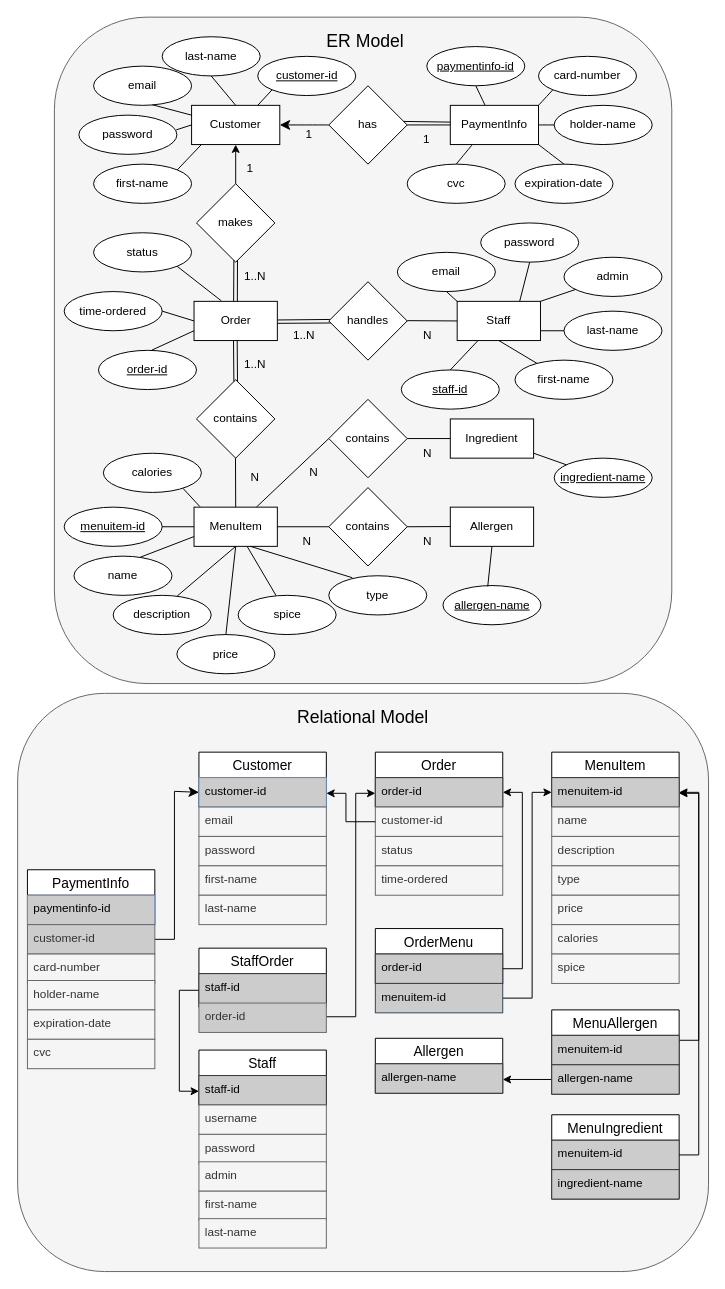
Ideapersie/TeamProjec23 keeps this draw.io diagram as backend/resources/entity_relation.drawio. Above is the earlier version. Source tidied: cells renumbered, new cells numbered last; positions are measured from the earlier drawing's top-left corner, leaving out a move shared by most shapes. Both pictures are drawn from the tidied source at 98%, with x=0, y=0 at pixel (17, 17).
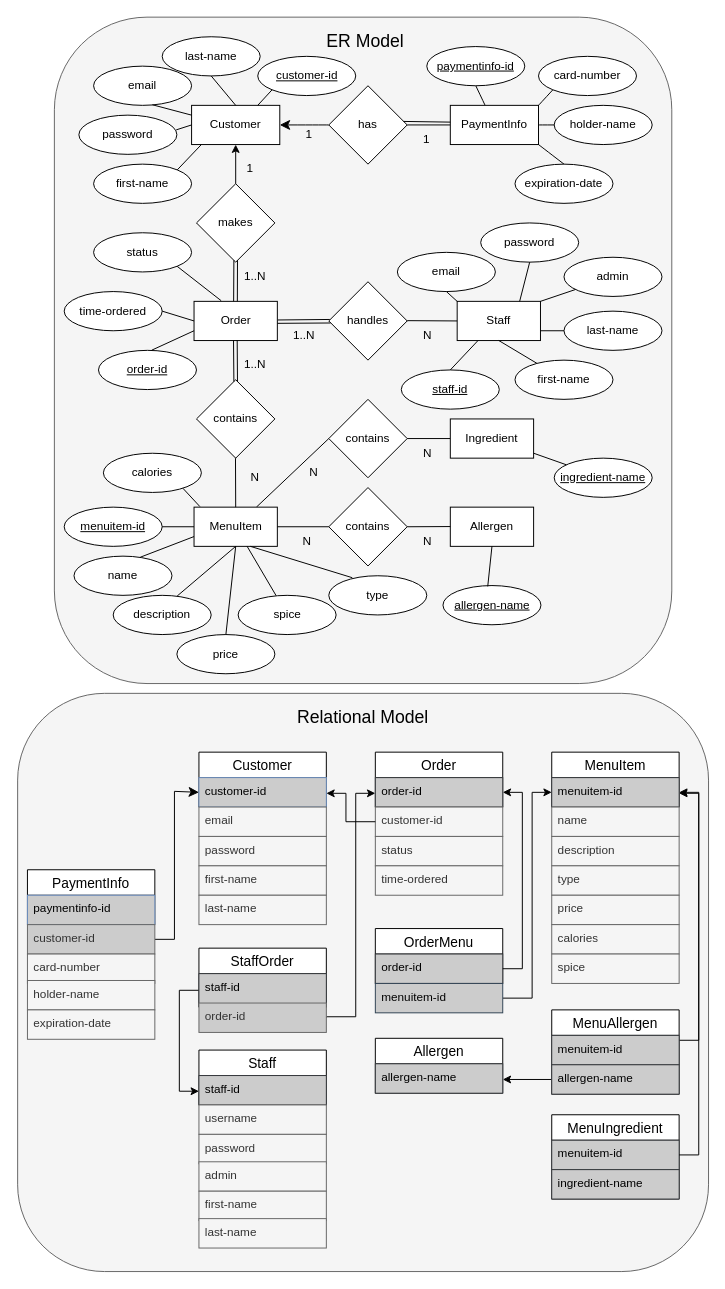
The same diagram, later.

Commit message:
Remove CVV from ER diagram

CVV should not be stored in the database, user should enter CVV manually.

The change refers to these unchanged cells:
```xml
<mxCell id="151" value="PaymentInfo" style="rounded=0;whiteSpace=wrap;html=1;" parent="1" vertex="1">
  <mxGeometry x="442" y="90" width="90" height="40" as="geometry" />
</mxCell>
```

The edit, as a diff of the source:
```diff
@@
-    <mxCell id="150" style="edgeStyle=none;curved=1;rounded=0;jettySize=auto;html=1;exitX=0.25;exitY=1;exitDx=0;exitDy=0;entryX=0.5;entryY=0;entryDx=0;entryDy=0;fontSize=12;startSize=8;endSize=8;endArrow=none;endFill=0;" parent="1" edge="1" source="151" target="156">
-      <mxGeometry relative="1" as="geometry" />
-    </mxCell>
@@
-    <mxCell id="156" value="cvc" style="ellipse;whiteSpace=wrap;html=1;align=center;" parent="1" vertex="1">
-      <mxGeometry x="398" y="150" width="100" height="40" as="geometry" />
-    </mxCell>
@@
-    <mxCell id="164" value="cvc" style="text;strokeColor=#666666;fillColor=#f5f5f5;spacingLeft=4;spacingRight=4;overflow=hidden;fontSize=12;whiteSpace=wrap;html=1;fontColor=#333333;" parent="1" vertex="1">
-      <mxGeometry x="10.5" y="1043" width="130" height="30" as="geometry" />
-    </mxCell>
```
